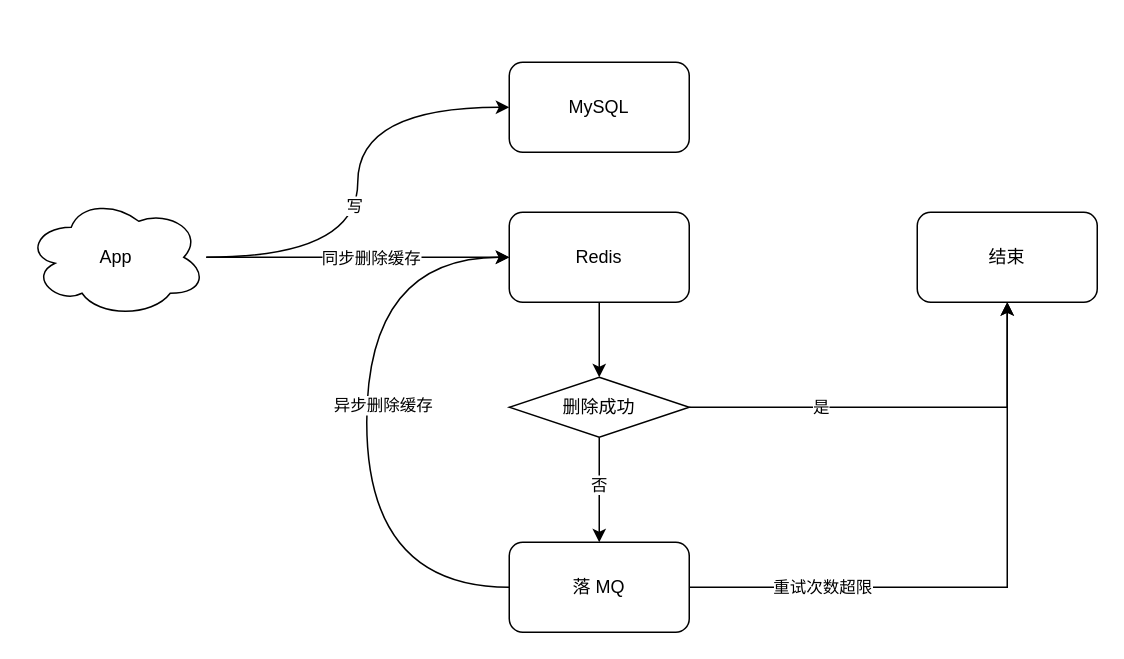
Above: 缓存与数据库一致性.drawio in HaiHuangCHN/diagrams (draw.io), before the change. Source tidied: cells renumbered, new cells numbered last; positions are measured from the earlier drawing's top-left corner, leaving out a move shared by most shapes. Both pictures are drawn from the tidied source at 150%, with x=0, y=0 at pixel (26, 62).
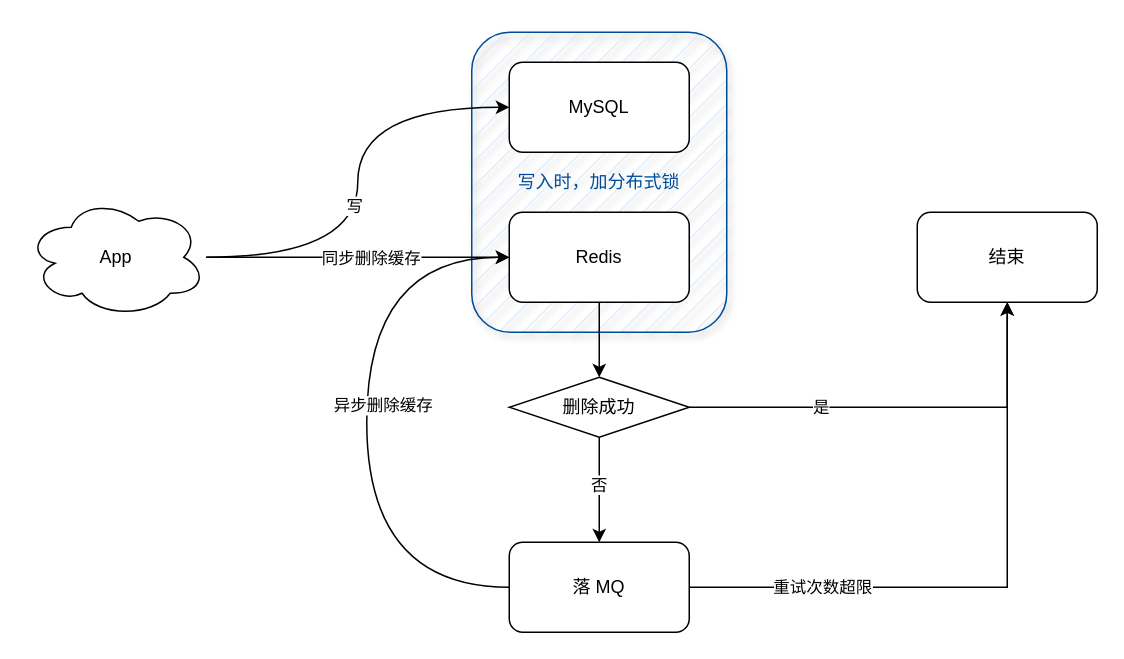
The same page after the edit.

Commit message (it also covers changes not shown here):
更新缓存与数据库一致性.drawio

What changed in the source:
```diff
@@
+    <mxCell id="21" value="&lt;font style=&quot;color: rgb(0, 76, 153);&quot;&gt;写入时，加分布式锁&lt;/font&gt;" style="rounded=1;whiteSpace=wrap;html=1;fillStyle=hatch;strokeColor=#004C99;shadow=1;fillColor=#dae8fc;" parent="1" vertex="1">
+      <mxGeometry x="297" y="-20" width="170" height="200" as="geometry" />
+    </mxCell>
```
